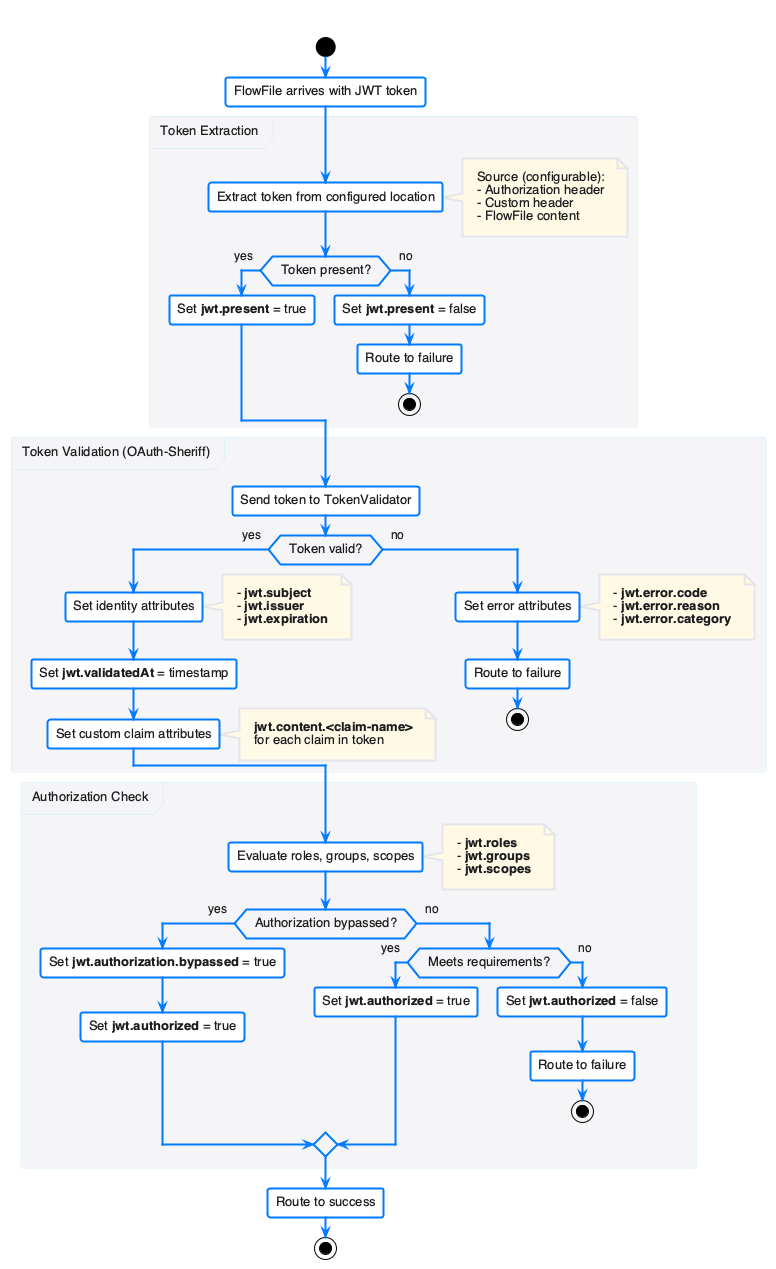
Above: doc/plantuml/jwt-token-flow.png in cuioss/nifi-extensions (PlantUML), before the change.
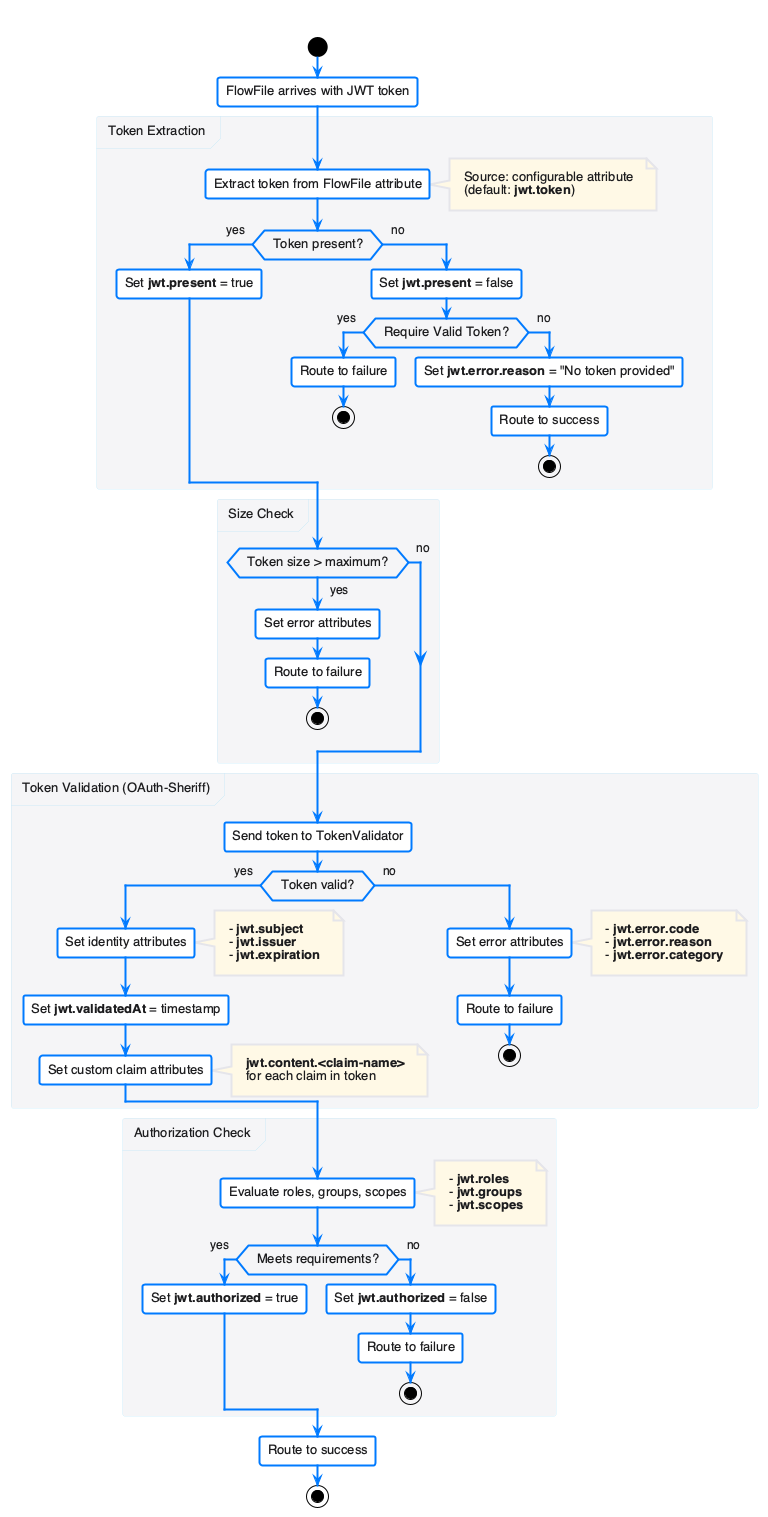
Later version of the same file.

What changed in the source:
```diff
@@ -9,20 +9,33 @@
 :FlowFile arrives with JWT token;
 
 partition "Token Extraction" {
-  :Extract token from configured location;
+  :Extract token from FlowFile attribute;
   note right
-    Source (configurable):
-    - Authorization header
-    - Custom header
-    - FlowFile content
+    Source: configurable attribute
+    (default: **jwt.token**)
   end note
 
   if (Token present?) then (yes)
     :Set **jwt.present** = true;
   else (no)
     :Set **jwt.present** = false;
+    if (Require Valid Token?) then (yes)
+      :Route to failure;
+      stop
+    else (no)
+      :Set **jwt.error.reason** = "No token provided";
+      :Route to success;
+      stop
+    endif
+  endif
+}
+
+partition "Size Check" {
+  if (Token size > maximum?) then (yes)
+    :Set error attributes;
     :Route to failure;
     stop
+  else (no)
   endif
 }
 
@@ -64,17 +77,12 @@
     - **jwt.scopes**
   end note
 
-  if (Authorization bypassed?) then (yes)
-    :Set **jwt.authorization.bypassed** = true;
+  if (Meets requirements?) then (yes)
     :Set **jwt.authorized** = true;
   else (no)
-    if (Meets requirements?) then (yes)
-      :Set **jwt.authorized** = true;
-    else (no)
-      :Set **jwt.authorized** = false;
-      :Route to failure;
-      stop
-    endif
+    :Set **jwt.authorized** = false;
+    :Route to failure;
+    stop
   endif
 }
 
```
